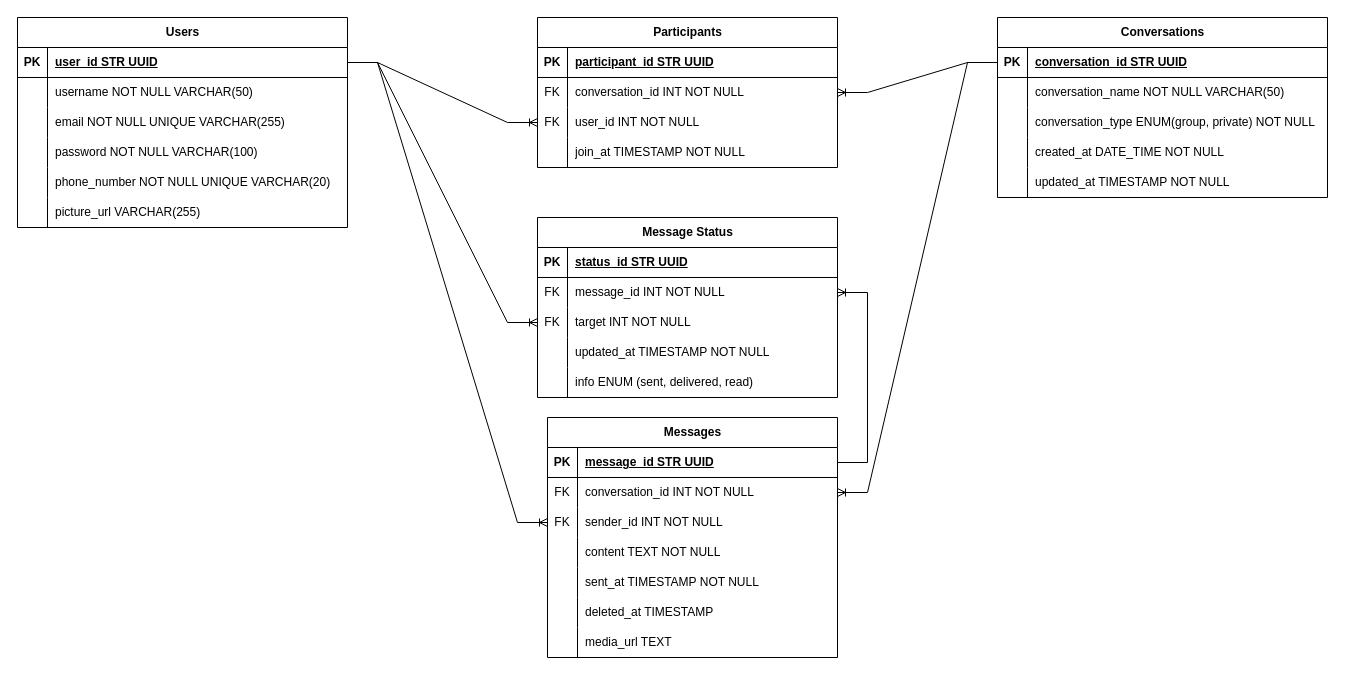
This is docs/drawIO.drawio from ysmnababan/naniApp, a draw.io file, before an edit. Source tidied: cells renumbered, new cells numbered last; positions are measured from the earlier drawing's top-left corner, leaving out a move shared by most shapes. Both pictures are drawn from the tidied source at 100%, with x=0, y=0 at pixel (17, 17).
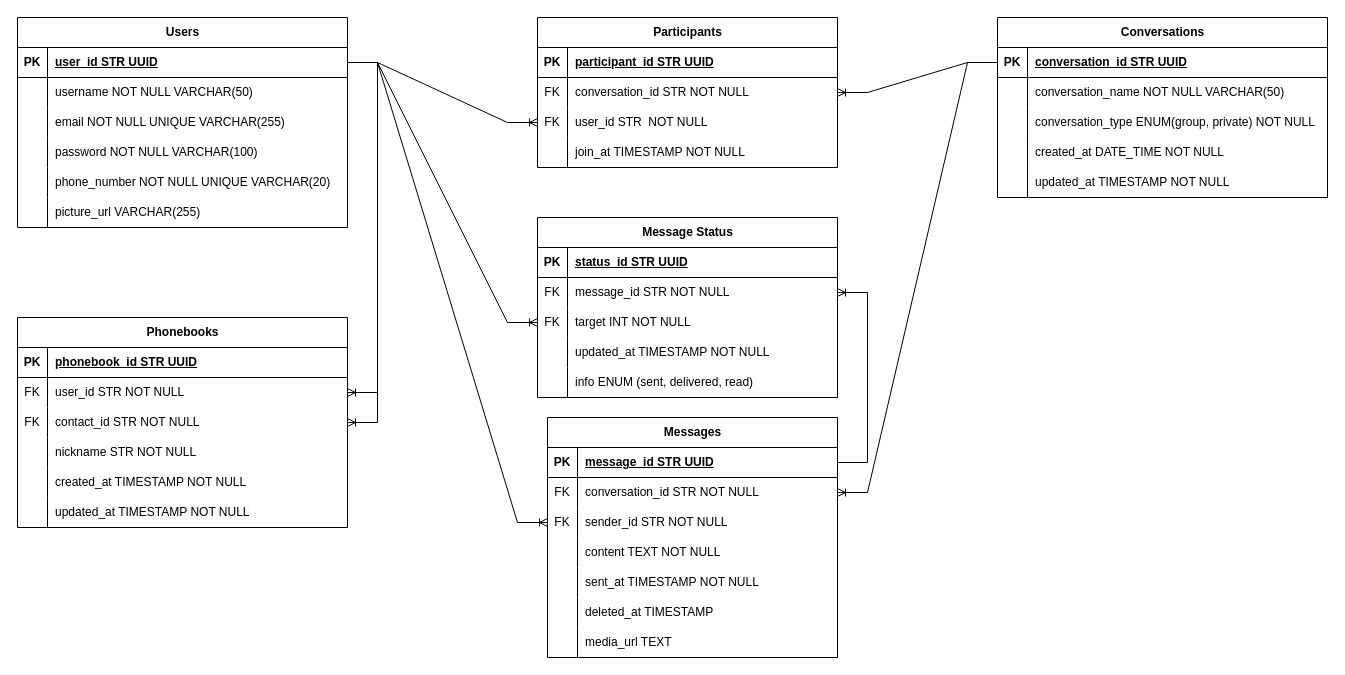
Above is the later version.

Commit message (it also covers changes not shown here):
feat: add new table for storing user contacts as 'phonebook' table

The change refers to these unchanged cells:
```xml
<mxCell id="3" style="shape=tableRow;horizontal=0;startSize=0;swimlaneHead=0;swimlaneBody=0;fillColor=none;points=[[0,0.5],[1,0.5]];portConstraint=eastwest;top=0;left=0;right=0;bottom=1;" parent="2" vertex="1">
  <mxGeometry y="30" width="330" height="30" as="geometry" />
</mxCell>
<mxCell id="41" style="shape=tableRow;horizontal=0;startSize=0;swimlaneHead=0;swimlaneBody=0;fillColor=none;points=[[0,0.5],[1,0.5]];portConstraint=eastwest;top=0;left=0;right=0;bottom=0;" parent="37" vertex="1">
  <mxGeometry y="60" width="300" height="30" as="geometry" />
</mxCell>
<mxCell id="44" style="shape=tableRow;horizontal=0;startSize=0;swimlaneHead=0;swimlaneBody=0;fillColor=none;points=[[0,0.5],[1,0.5]];portConstraint=eastwest;top=0;left=0;right=0;bottom=0;" parent="37" vertex="1">
  <mxGeometry y="90" width="300" height="30" as="geometry" />
</mxCell>
<mxCell id="54" style="shape=tableRow;horizontal=0;startSize=0;swimlaneHead=0;swimlaneBody=0;fillColor=none;points=[[0,0.5],[1,0.5]];portConstraint=eastwest;top=0;left=0;right=0;bottom=0;" parent="50" vertex="1">
  <mxGeometry y="60" width="290" height="30" as="geometry" />
</mxCell>
<mxCell id="57" style="shape=tableRow;horizontal=0;startSize=0;swimlaneHead=0;swimlaneBody=0;fillColor=none;points=[[0,0.5],[1,0.5]];portConstraint=eastwest;top=0;left=0;right=0;bottom=0;" parent="50" vertex="1">
  <mxGeometry y="90" width="290" height="30" as="geometry" />
</mxCell>
<mxCell id="76" style="shape=tableRow;horizontal=0;startSize=0;swimlaneHead=0;swimlaneBody=0;fillColor=none;points=[[0,0.5],[1,0.5]];portConstraint=eastwest;top=0;left=0;right=0;bottom=0;" parent="72" vertex="1">
  <mxGeometry y="60" width="300" height="30" as="geometry" />
</mxCell>
```

The edit, as a diff of the source:
```diff
@@
-    <mxCell id="43" value="conversation_id INT NOT NULL" style="shape=partialRectangle;fillColor=none;top=0;left=0;bottom=0;right=0;align=left;spacingLeft=6;overflow=hidden;whiteSpace=wrap;html=1;" parent="41" vertex="1">
+    <mxCell id="43" value="conversation_id STR NOT NULL" style="shape=partialRectangle;fillColor=none;top=0;left=0;bottom=0;right=0;align=left;spacingLeft=6;overflow=hidden;whiteSpace=wrap;html=1;" parent="41" vertex="1">
       <mxGeometry x="30" width="270" height="30" as="geometry" />
     </mxCell>
@@
-    <mxCell id="46" value="user_id INT NOT NULL" style="shape=partialRectangle;fillColor=none;top=0;left=0;bottom=0;right=0;align=left;spacingLeft=6;overflow=hidden;whiteSpace=wrap;html=1;" parent="44" vertex="1">
+    <mxCell id="46" value="user_id STR&amp;nbsp;&amp;nbsp;NOT NULL" style="shape=partialRectangle;fillColor=none;top=0;left=0;bottom=0;right=0;align=left;spacingLeft=6;overflow=hidden;whiteSpace=wrap;html=1;" parent="44" vertex="1">
       <mxGeometry x="30" width="270" height="30" as="geometry" />
     </mxCell>
@@
-    <mxCell id="56" value="conversation_id INT NOT NULL" style="shape=partialRectangle;fillColor=none;top=0;left=0;bottom=0;right=0;align=left;spacingLeft=6;overflow=hidden;whiteSpace=wrap;html=1;" parent="54" vertex="1">
+    <mxCell id="56" value="conversation_id STR&amp;nbsp;NOT NULL" style="shape=partialRectangle;fillColor=none;top=0;left=0;bottom=0;right=0;align=left;spacingLeft=6;overflow=hidden;whiteSpace=wrap;html=1;" parent="54" vertex="1">
       <mxGeometry x="30" width="260" height="30" as="geometry" />
     </mxCell>
@@
-    <mxCell id="59" value="sender_id INT NOT NULL" style="shape=partialRectangle;fillColor=none;top=0;left=0;bottom=0;right=0;align=left;spacingLeft=6;overflow=hidden;whiteSpace=wrap;html=1;" parent="57" vertex="1">
+    <mxCell id="59" value="sender_id STR&amp;nbsp;NOT NULL" style="shape=partialRectangle;fillColor=none;top=0;left=0;bottom=0;right=0;align=left;spacingLeft=6;overflow=hidden;whiteSpace=wrap;html=1;" parent="57" vertex="1">
       <mxGeometry x="30" width="260" height="30" as="geometry" />
     </mxCell>
@@
-    <mxCell id="78" value="message_id INT NOT NULL" style="shape=partialRectangle;fillColor=none;top=0;left=0;bottom=0;right=0;align=left;spacingLeft=6;overflow=hidden;whiteSpace=wrap;html=1;" parent="76" vertex="1">
+    <mxCell id="78" value="message_id STR&amp;nbsp;NOT NULL" style="shape=partialRectangle;fillColor=none;top=0;left=0;bottom=0;right=0;align=left;spacingLeft=6;overflow=hidden;whiteSpace=wrap;html=1;" parent="76" vertex="1">
       <mxGeometry x="30" width="270" height="30" as="geometry" />
     </mxCell>
@@
+    <mxCell id="94" value="Phonebooks" style="shape=table;startSize=30;childLayout=tableLayout;rowLines=0;fontStyle=1;align=center;html=1;" parent="1" vertex="1">
+      <mxGeometry y="300" width="330" height="210" as="geometry" />
+    </mxCell>
+    <mxCell id="95" style="shape=tableRow;horizontal=0;startSize=0;swimlaneHead=0;swimlaneBody=0;fillColor=none;top=0;left=0;right=0;bottom=1;" parent="94" vertex="1">
+      <mxGeometry y="30" width="330" height="30" as="geometry" />
+    </mxCell>
+    <mxCell id="96" value="PK" style="shape=partialRectangle;fillColor=none;top=0;left=0;bottom=0;right=0;fontStyle=1;overflow=hidden;whiteSpace=wrap;html=1;" parent="95" vertex="1">
+      <mxGeometry width="30" height="30" as="geometry" />
+    </mxCell>
+    <mxCell id="97" value="phonebook_id STR UUID" style="shape=partialRectangle;fillColor=none;top=0;left=0;bottom=0;right=0;align=left;spacingLeft=6;fontStyle=5;overflow=hidden;whiteSpace=wrap;html=1;" parent="95" vertex="1">
+      <mxGeometry x="30" width="300" height="30" as="geometry" />
+    </mxCell>
+    <mxCell id="98" style="shape=tableRow;horizontal=0;startSize=0;swimlaneHead=0;swimlaneBody=0;fillColor=none;points=[[0,0.5],[1,0.5]];portConstraint=eastwest;top=0;left=0;right=0;bottom=0;" parent="94" vertex="1">
+      <mxGeometry y="60" width="330" height="30" as="geometry" />
+    </mxCell>
+    <mxCell id="99" value="FK" style="shape=partialRectangle;fillColor=none;top=0;left=0;bottom=0;right=0;overflow=hidden;whiteSpace=wrap;html=1;" parent="98" vertex="1">
+      <mxGeometry width="30" height="30" as="geometry" />
+    </mxCell>
+    <mxCell id="100" value="user_id STR&amp;nbsp;NOT NULL" style="shape=partialRectangle;fillColor=none;top=0;left=0;bottom=0;right=0;align=left;spacingLeft=6;overflow=hidden;whiteSpace=wrap;html=1;" parent="98" vertex="1">
+      <mxGeometry x="30" width="300" height="30" as="geometry" />
+    </mxCell>
+    <mxCell id="101" style="shape=tableRow;horizontal=0;startSize=0;swimlaneHead=0;swimlaneBody=0;fillColor=none;points=[[0,0.5],[1,0.5]];portConstraint=eastwest;top=0;left=0;right=0;bottom=0;" parent="94" vertex="1">
+      <mxGeometry y="90" width="330" height="30" as="geometry" />
+    </mxCell>
+    <mxCell id="102" value="FK" style="shape=partialRectangle;fillColor=none;top=0;left=0;bottom=0;right=0;overflow=hidden;whiteSpace=wrap;html=1;" parent="101" vertex="1">
+      <mxGeometry width="30" height="30" as="geometry" />
+    </mxCell>
+    <mxCell id="103" value="contact_id STR NOT NULL" style="shape=partialRectangle;fillColor=none;top=0;left=0;bottom=0;right=0;align=left;spacingLeft=6;overflow=hidden;whiteSpace=wrap;html=1;" parent="101" vertex="1">
+      <mxGeometry x="30" width="300" height="30" as="geometry" />
+    </mxCell>
+    <mxCell id="104" style="shape=tableRow;horizontal=0;startSize=0;swimlaneHead=0;swimlaneBody=0;fillColor=none;top=0;left=0;right=0;bottom=0;" parent="94" vertex="1">
+      <mxGeometry y="120" width="330" height="30" as="geometry" />
+    </mxCell>
+    <mxCell id="105" style="shape=partialRectangle;fillColor=none;top=0;left=0;bottom=0;right=0;overflow=hidden;whiteSpace=wrap;html=1;" parent="104" vertex="1">
+      <mxGeometry width="30" height="30" as="geometry" />
+    </mxCell>
+    <mxCell id="106" value="nickname STR NOT NULL" style="shape=partialRectangle;fillColor=none;top=0;left=0;bottom=0;right=0;align=left;spacingLeft=6;overflow=hidden;whiteSpace=wrap;html=1;" parent="104" vertex="1">
+      <mxGeometry x="30" width="300" height="30" as="geometry" />
+    </mxCell>
+    <mxCell id="107" style="shape=tableRow;horizontal=0;startSize=0;swimlaneHead=0;swimlaneBody=0;fillColor=none;top=0;left=0;right=0;bottom=0;" parent="94" vertex="1">
+      <mxGeometry y="150" width="330" height="30" as="geometry" />
+    </mxCell>
+    <mxCell id="108" style="shape=partialRectangle;fillColor=none;top=0;left=0;bottom=0;right=0;overflow=hidden;whiteSpace=wrap;html=1;" parent="107" vertex="1">
+      <mxGeometry width="30" height="30" as="geometry" />
+    </mxCell>
+    <mxCell id="109" value="created_at TIMESTAMP NOT NULL" style="shape=partialRectangle;fillColor=none;top=0;left=0;bottom=0;right=0;align=left;spacingLeft=6;overflow=hidden;whiteSpace=wrap;html=1;" parent="107" vertex="1">
+      <mxGeometry x="30" width="300" height="30" as="geometry" />
+    </mxCell>
+    <mxCell id="110" style="shape=tableRow;horizontal=0;startSize=0;swimlaneHead=0;swimlaneBody=0;fillColor=none;top=0;left=0;right=0;bottom=0;" parent="94" vertex="1">
+      <mxGeometry y="180" width="330" height="30" as="geometry" />
+    </mxCell>
+    <mxCell id="111" style="shape=partialRectangle;fillColor=none;top=0;left=0;bottom=0;right=0;overflow=hidden;whiteSpace=wrap;html=1;" parent="110" vertex="1">
+      <mxGeometry width="30" height="30" as="geometry" />
+    </mxCell>
+    <mxCell id="112" value="&lt;span style=&quot;color: rgb(0, 0, 0); font-family: Helvetica; font-size: 12px; font-style: normal; font-variant-ligatures: normal; font-variant-caps: normal; font-weight: 400; letter-spacing: normal; orphans: 2; text-align: left; text-indent: 0px; text-transform: none; widows: 2; word-spacing: 0px; -webkit-text-stroke-width: 0px; white-space: normal; background-color: rgb(251, 251, 251); text-decoration-thickness: initial; text-decoration-style: initial; text-decoration-color: initial; display: inline !important; float: none;&quot;&gt;updated_at TIMESTAMP NOT NULL&lt;/span&gt;" style="shape=partialRectangle;fillColor=none;top=0;left=0;bottom=0;right=0;align=left;spacingLeft=6;overflow=hidden;whiteSpace=wrap;html=1;" parent="110" vertex="1">
+      <mxGeometry x="30" width="300" height="30" as="geometry" />
+    </mxCell>
+    <mxCell id="113" style="edgeStyle=entityRelationEdgeStyle;fontSize=12;html=1;endArrow=ERoneToMany;rounded=0;" parent="1" edge="1" source="3" target="98">
+      <mxGeometry relative="1" as="geometry" />
+    </mxCell>
+    <mxCell id="114" style="edgeStyle=entityRelationEdgeStyle;fontSize=12;html=1;endArrow=ERoneToMany;rounded=0;" parent="1" edge="1" source="3" target="101">
+      <mxGeometry relative="1" as="geometry" />
+    </mxCell>
```
